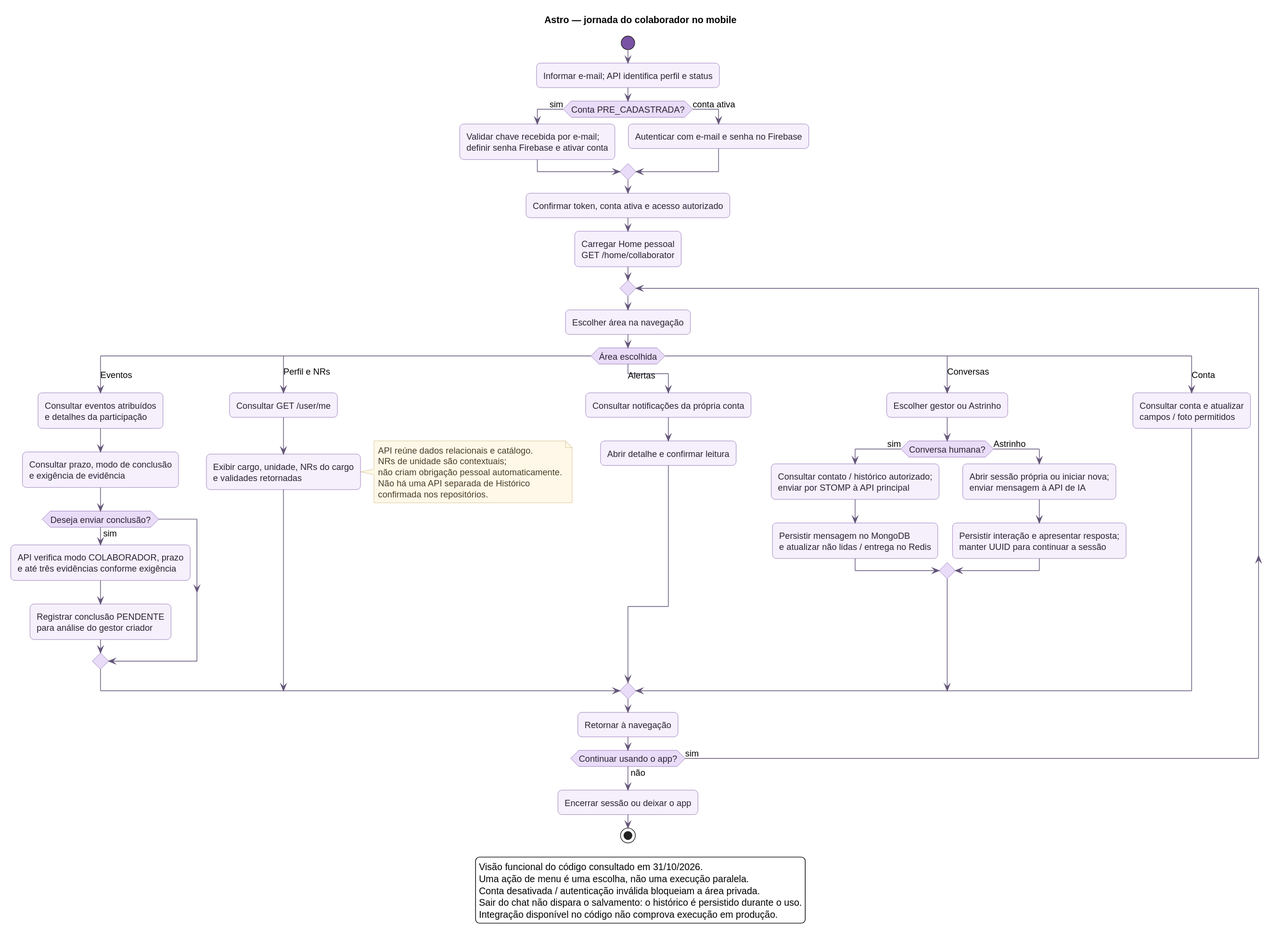
Before: diagrams/rendered/fluxo_funcionario.svg, a diagram exported from PlantUML (Astro-Inter/astro-eqs-diagrams).
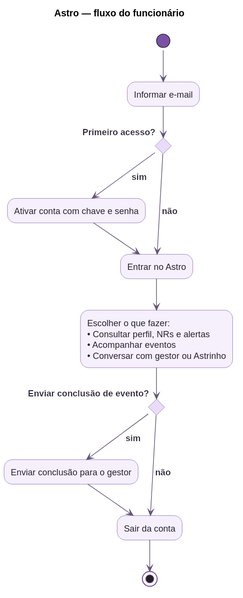
The same diagram one commit later.

Diff of the diagram source:
```diff
@@ -1,60 +1,22 @@
 @startuml
 !pragma layout smetana
 !include estilo.iuml
-title Astro — jornada do colaborador no mobile
-start
-:Informar e-mail; API identifica perfil e status;
-if (Conta PRE_CADASTRADA?) then (sim)
-  :Validar chave recebida por e-mail;\ndefinir senha Firebase e ativar conta;
-else (conta ativa)
-  :Autenticar com e-mail e senha no Firebase;
+title Astro — fluxo do funcionário
+
+(*) --> "Informar e-mail" as email
+--> if "<back:white>Primeiro acesso?   </back>" then
+  -->[<back:white>sim</back>] "Ativar conta com chave e senha" as ativar
+  --> "Entrar no Astro" as entrar
+else
+  -->[<back:white>não</back>] entrar
 endif
-:Confirmar token, conta ativa e acesso autorizado;
-:Carregar Home pessoal\nGET /home/collaborator;
-repeat
-  :Escolher área na navegação;
-  switch (Área escolhida)
-  case (Eventos)
-    :Consultar eventos atribuídos\ne detalhes da participação;
-    :Consultar prazo, modo de conclusão\ne exigência de evidência;
-    if (Deseja enviar conclusão?) then (sim)
-      :API verifica modo COLABORADOR, prazo\ne até três evidências conforme exigência;
-      :Registrar conclusão PENDENTE\npara análise do gestor criador;
-    endif
-  case (Perfil e NRs)
-    :Consultar GET /user/me;
-    :Exibir cargo, unidade, NRs do cargo\ne validades retornadas;
-    note right
-      API reúne dados relacionais e catálogo.
-      NRs de unidade são contextuais;
-      não criam obrigação pessoal automaticamente.
-      Não há uma API separada de Histórico
-      confirmada nos repositórios.
-    end note
-  case (Alertas)
-    :Consultar notificações da própria conta;
-    :Abrir detalhe e confirmar leitura;
-  case (Conversas)
-    :Escolher gestor ou Astrinho;
-    if (Conversa humana?) then (sim)
-      :Consultar contato / histórico autorizado;\nenviar por STOMP à API principal;
-      :Persistir mensagem no MongoDB\ne atualizar não lidas / entrega no Redis;
-    else (Astrinho)
-      :Abrir sessão própria ou iniciar nova;\nenviar mensagem à API de IA;
-      :Persistir interação e apresentar resposta;\nmanter UUID para continuar a sessão;
-    endif
-  case (Conta)
-    :Consultar conta e atualizar\ncampos / foto permitidos;
-  endswitch
-  :Retornar à navegação;
-repeat while (Continuar usando o app?) is (sim) not (não)
-:Encerrar sessão ou deixar o app;
-stop
-legend bottom
-  Visão funcional do código consultado em 31/10/2026.
-  Uma ação de menu é uma escolha, não uma execução paralela.
-  Conta desativada / autenticação inválida bloqueiam a área privada.
-  Sair do chat não dispara o salvamento: o histórico é persistido durante o uso.
-  Integração disponível no código não comprova execução em produção.
-endlegend
+
+entrar --> "Escolher o que fazer:\n• Consultar perfil, NRs e alertas\n• Acompanhar eventos\n• Conversar com gestor ou Astrinho" as opcoes
+--> if "<back:white>Enviar conclusão de evento?   </back>" then
+  -->[<back:white>sim</back>] "Enviar conclusão para o gestor" as concluir
+  --> "Sair da conta" as sair
+else
+  -->[<back:white>não</back>] sair
+endif
+sair --> (*)
 @enduml
```
